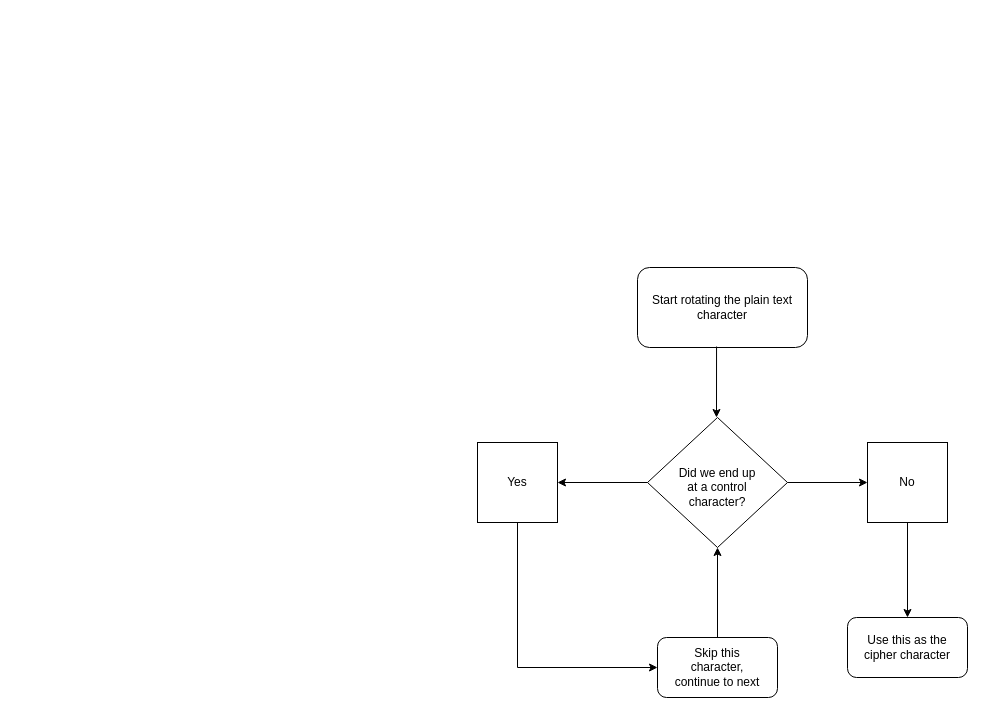
The draw.io diagram HW_1_Ancient_Crypto/Ancient_Crypto.drawio in M0rdhau/Web_App_Sec, before the edit. Source tidied: cells renumbered, new cells numbered last; positions are measured from the earlier drawing's top-left corner, leaving out a move shared by most shapes. Both pictures are drawn from the tidied source at 100%, with x=0, y=0 at pixel (477, 267).
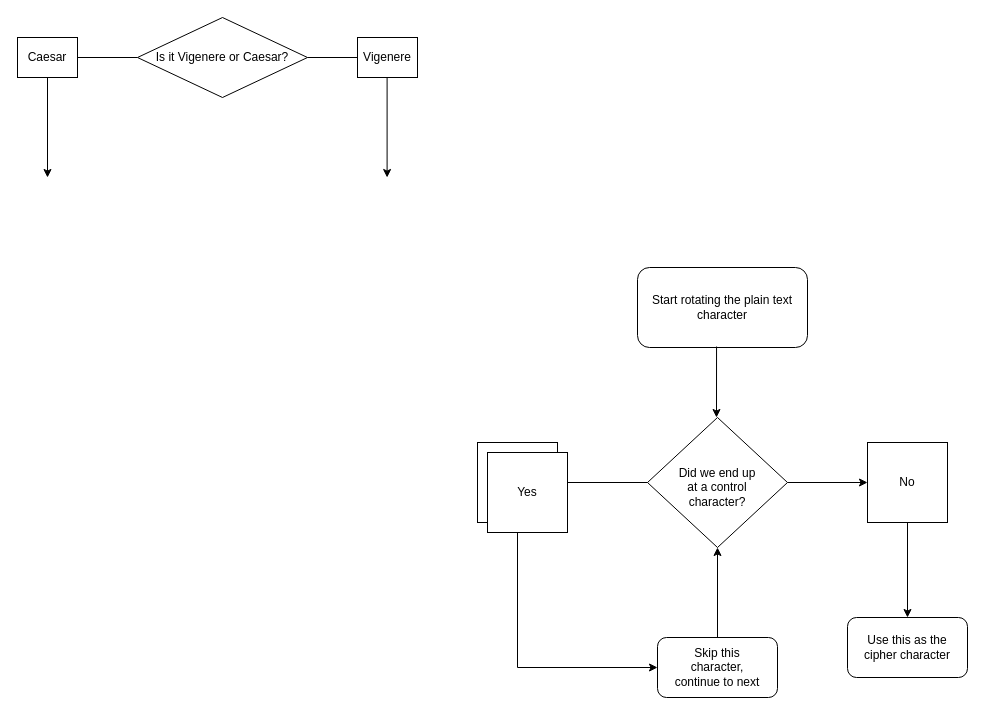
The same diagram, later.

What changed in the source:
```diff
@@
+    <mxCell id="21" style="rhombus;whiteSpace=wrap;html=1;" parent="1" vertex="1">
+      <mxGeometry x="-340" y="-250" width="170" height="80" as="geometry" />
+    </mxCell>
@@
+    <mxCell id="22" value="Is it Vigenere or Caesar?" style="text;html=1;strokeColor=none;fillColor=none;align=center;verticalAlign=middle;whiteSpace=wrap;rounded=0;" parent="1" vertex="1">
+      <mxGeometry x="-330" y="-240" width="150" height="60" as="geometry" />
+    </mxCell>
+    <mxCell id="23" style="endArrow=none;html=1;entryX=0;entryY=0.5;entryDx=0;entryDy=0;" parent="1" edge="1" target="21">
+      <mxGeometry relative="1" as="geometry">
+        <mxPoint x="-400" y="-210" as="sourcePoint" />
+      </mxGeometry>
+    </mxCell>
+    <mxCell id="24" style="endArrow=none;html=1;exitX=1;exitY=0.5;exitDx=0;exitDy=0;" parent="1" edge="1" source="21">
+      <mxGeometry relative="1" as="geometry">
+        <mxPoint x="-120" y="-210" as="targetPoint" />
+      </mxGeometry>
+    </mxCell>
+    <mxCell id="25" style="whiteSpace=wrap;html=1;" parent="1" vertex="1">
+      <mxGeometry x="10" y="185" width="80" height="80" as="geometry" />
+    </mxCell>
+    <mxCell id="26" value="Yes" style="text;html=1;strokeColor=none;fillColor=none;align=center;verticalAlign=middle;whiteSpace=wrap;rounded=0;" parent="1" vertex="1">
+      <mxGeometry x="30" y="215" width="40" height="20" as="geometry" />
+    </mxCell>
+    <mxCell id="27" style="rounded=0;whiteSpace=wrap;html=1;" parent="1" vertex="1">
+      <mxGeometry x="-460" y="-230" width="60" height="40" as="geometry" />
+    </mxCell>
+    <mxCell id="28" value="Caesar" style="text;html=1;strokeColor=none;fillColor=none;align=center;verticalAlign=middle;whiteSpace=wrap;rounded=0;" parent="1" vertex="1">
+      <mxGeometry x="-450" y="-220" width="40" height="20" as="geometry" />
+    </mxCell>
+    <mxCell id="29" style="rounded=0;whiteSpace=wrap;html=1;" parent="1" vertex="1">
+      <mxGeometry x="-120" y="-230" width="60" height="40" as="geometry" />
+    </mxCell>
+    <mxCell id="30" value="Vigenere" style="text;html=1;strokeColor=none;fillColor=none;align=center;verticalAlign=middle;whiteSpace=wrap;rounded=0;" parent="1" vertex="1">
+      <mxGeometry x="-110" y="-220" width="40" height="20" as="geometry" />
+    </mxCell>
+    <mxCell id="31" style="endArrow=classic;html=1;exitX=0.5;exitY=1;exitDx=0;exitDy=0;" parent="1" edge="1" source="27">
+      <mxGeometry relative="1" as="geometry">
+        <mxPoint x="-430" y="-90" as="targetPoint" />
+      </mxGeometry>
+    </mxCell>
+    <mxCell id="32" style="endArrow=classic;html=1;exitX=0.5;exitY=1;exitDx=0;exitDy=0;" parent="1" edge="1">
+      <mxGeometry relative="1" as="geometry">
+        <mxPoint x="-90.4" y="-190" as="sourcePoint" />
+        <mxPoint x="-90.4" y="-90" as="targetPoint" />
+      </mxGeometry>
+    </mxCell>
```
